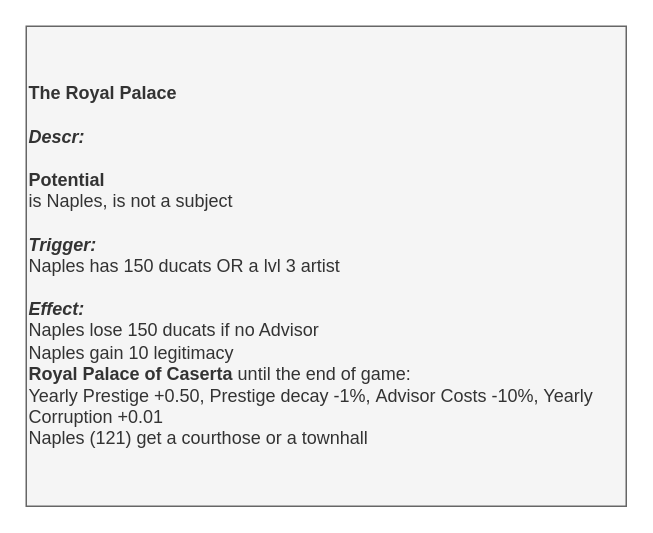
Before: page "Decisions" (3 of 3) of Sicily/It's Cannoli Time 0.1.drawio in Melvasul/Missions-Expanded, a draw.io diagram. Source tidied: cells renumbered, new cells numbered last; positions are measured from the earlier drawing's top-left corner, leaving out a move shared by most shapes. Both pictures are drawn from the tidied source at 150%, with x=0, y=0 at pixel (26, 26).
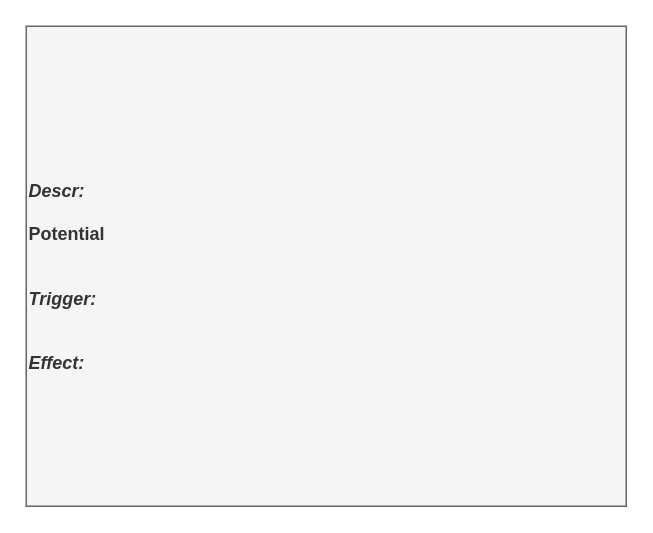
The same diagram, later.

The edit, as a diff of the source:
```diff
@@
 <mxGraphModel>
   <root>
     <mxCell id="0" />
     <mxCell id="1" parent="0" />
-    <mxCell id="2" value="&lt;div style=&quot;font-size: 12px&quot; align=&quot;left&quot;&gt;&lt;font style=&quot;font-size: 12px&quot;&gt;&lt;b style=&quot;font-size: 12px&quot;&gt;&lt;font style=&quot;font-size: 12px&quot;&gt;The Royal Palace&lt;/font&gt;&lt;/b&gt;&lt;/font&gt;&lt;/div&gt;&lt;div style=&quot;font-size: 12px&quot; align=&quot;left&quot;&gt;&lt;font style=&quot;font-size: 12px&quot;&gt;&lt;b style=&quot;font-size: 12px&quot;&gt;&lt;font style=&quot;font-size: 12px&quot;&gt;&lt;br style=&quot;font-size: 12px&quot;&gt;&lt;/font&gt;&lt;/b&gt;&lt;/font&gt;&lt;/div&gt;&lt;div style=&quot;font-size: 12px&quot; align=&quot;left&quot;&gt;&lt;font style=&quot;font-size: 12px&quot;&gt;&lt;span style=&quot;font-size: 12px&quot;&gt;&lt;font style=&quot;font-size: 12px&quot;&gt;&lt;i style=&quot;font-size: 12px&quot;&gt;&lt;b style=&quot;font-size: 12px&quot;&gt;Descr:&lt;/b&gt;&lt;/i&gt;&lt;/font&gt;&lt;/span&gt;&lt;/font&gt;&lt;/div&gt;&lt;div style=&quot;font-size: 12px&quot; align=&quot;left&quot;&gt;&lt;div align=&quot;left&quot; style=&quot;font-size: 12px&quot;&gt;&lt;br&gt;&lt;/div&gt;&lt;div align=&quot;left&quot; style=&quot;font-size: 12px&quot;&gt;&lt;b&gt;Potential&lt;/b&gt;&lt;/div&gt;&lt;div align=&quot;left&quot; style=&quot;font-size: 12px&quot;&gt;is Naples, is not a subject&lt;/div&gt;&lt;div align=&quot;left&quot; style=&quot;font-size: 12px&quot;&gt;&lt;br&gt;&lt;/div&gt;&lt;/div&gt;&lt;div style=&quot;font-size: 12px&quot; align=&quot;left&quot;&gt;&lt;font style=&quot;font-size: 12px&quot;&gt;&lt;b style=&quot;font-size: 12px&quot;&gt;&lt;i style=&quot;font-size: 12px&quot;&gt;Trigger:&lt;/i&gt;&lt;/b&gt;&lt;/font&gt;&lt;/div&gt;&lt;div style=&quot;font-size: 12px&quot; align=&quot;left&quot;&gt;Naples has 150 ducats OR a lvl 3 artist&lt;/div&gt;&lt;div style=&quot;font-size: 12px&quot; align=&quot;left&quot;&gt;&lt;br&gt;&lt;/div&gt;&lt;div style=&quot;font-size: 12px&quot; align=&quot;left&quot;&gt;&lt;font style=&quot;font-size: 12px&quot;&gt;&lt;font style=&quot;font-size: 12px&quot;&gt;&lt;b style=&quot;font-size: 12px&quot;&gt;&lt;i style=&quot;font-size: 12px&quot;&gt;Effect:&lt;/i&gt;&lt;/b&gt;&lt;/font&gt;&lt;/font&gt;&lt;/div&gt;&lt;div style=&quot;font-size: 12px&quot; align=&quot;left&quot;&gt;Naples lose 150 ducats if no Advisor&lt;/div&gt;&lt;div style=&quot;font-size: 12px&quot; align=&quot;left&quot;&gt;Naples gain 10 legitimacy&lt;/div&gt;&lt;div style=&quot;font-size: 12px&quot; align=&quot;left&quot;&gt;&lt;b&gt;Royal Palace of Caserta &lt;/b&gt;until the end of game:&lt;/div&gt;&lt;div style=&quot;font-size: 12px&quot; align=&quot;left&quot;&gt;&lt;div align=&quot;left&quot;&gt;Yearly Prestige +0.50,&amp;nbsp;&lt;span&gt;Prestige decay -1%,&lt;/span&gt;&lt;span&gt;&amp;nbsp;&lt;/span&gt;&lt;span&gt;Advisor Costs -10%, Yearly Corruption +0.01&lt;/span&gt;&lt;/div&gt;&lt;div align=&quot;left&quot;&gt;&lt;span&gt;Naples (121)&amp;nbsp;&lt;/span&gt;&lt;span&gt;get a courthose or a townhall&lt;/span&gt;&lt;br&gt;&lt;/div&gt;&lt;/div&gt;" style="rounded=0;whiteSpace=wrap;html=1;align=left;fontSize=12;fillColor=#f5f5f5;strokeColor=#666666;fontColor=#333333;" parent="1" vertex="1">
+    <mxCell id="2" value="&lt;div style=&quot;font-size: 12px&quot; align=&quot;left&quot;&gt;&lt;br&gt;&lt;/div&gt;&lt;div style=&quot;font-size: 12px&quot; align=&quot;left&quot;&gt;&lt;font style=&quot;font-size: 12px&quot;&gt;&lt;b style=&quot;font-size: 12px&quot;&gt;&lt;font style=&quot;font-size: 12px&quot;&gt;&lt;br style=&quot;font-size: 12px&quot;&gt;&lt;/font&gt;&lt;/b&gt;&lt;/font&gt;&lt;/div&gt;&lt;div style=&quot;font-size: 12px&quot; align=&quot;left&quot;&gt;&lt;font style=&quot;font-size: 12px&quot;&gt;&lt;span style=&quot;font-size: 12px&quot;&gt;&lt;font style=&quot;font-size: 12px&quot;&gt;&lt;i style=&quot;font-size: 12px&quot;&gt;&lt;b style=&quot;font-size: 12px&quot;&gt;Descr:&lt;/b&gt;&lt;/i&gt;&lt;/font&gt;&lt;/span&gt;&lt;/font&gt;&lt;/div&gt;&lt;div style=&quot;font-size: 12px&quot; align=&quot;left&quot;&gt;&lt;div align=&quot;left&quot; style=&quot;font-size: 12px&quot;&gt;&lt;br&gt;&lt;/div&gt;&lt;div align=&quot;left&quot; style=&quot;font-size: 12px&quot;&gt;&lt;b&gt;Potential&lt;/b&gt;&lt;/div&gt;&lt;div align=&quot;left&quot; style=&quot;font-size: 12px&quot;&gt;&lt;br&gt;&lt;/div&gt;&lt;div align=&quot;left&quot; style=&quot;font-size: 12px&quot;&gt;&lt;br&gt;&lt;/div&gt;&lt;/div&gt;&lt;div style=&quot;font-size: 12px&quot; align=&quot;left&quot;&gt;&lt;font style=&quot;font-size: 12px&quot;&gt;&lt;b style=&quot;font-size: 12px&quot;&gt;&lt;i style=&quot;font-size: 12px&quot;&gt;Trigger:&lt;/i&gt;&lt;/b&gt;&lt;/font&gt;&lt;/div&gt;&lt;div style=&quot;font-size: 12px&quot; align=&quot;left&quot;&gt;&lt;br&gt;&lt;/div&gt;&lt;div style=&quot;font-size: 12px&quot; align=&quot;left&quot;&gt;&lt;br&gt;&lt;/div&gt;&lt;div style=&quot;font-size: 12px&quot; align=&quot;left&quot;&gt;&lt;font style=&quot;font-size: 12px&quot;&gt;&lt;font style=&quot;font-size: 12px&quot;&gt;&lt;b style=&quot;font-size: 12px&quot;&gt;&lt;i style=&quot;font-size: 12px&quot;&gt;Effect:&lt;/i&gt;&lt;/b&gt;&lt;/font&gt;&lt;/font&gt;&lt;/div&gt;&lt;div style=&quot;font-size: 12px&quot; align=&quot;left&quot;&gt;&lt;br&gt;&lt;/div&gt;" style="rounded=0;whiteSpace=wrap;html=1;align=left;fontSize=12;fillColor=#f5f5f5;strokeColor=#666666;fontColor=#333333;" parent="1" vertex="1">
       <mxGeometry width="400" height="320" as="geometry" />
     </mxCell>
   </root>
 </mxGraphModel>
```
